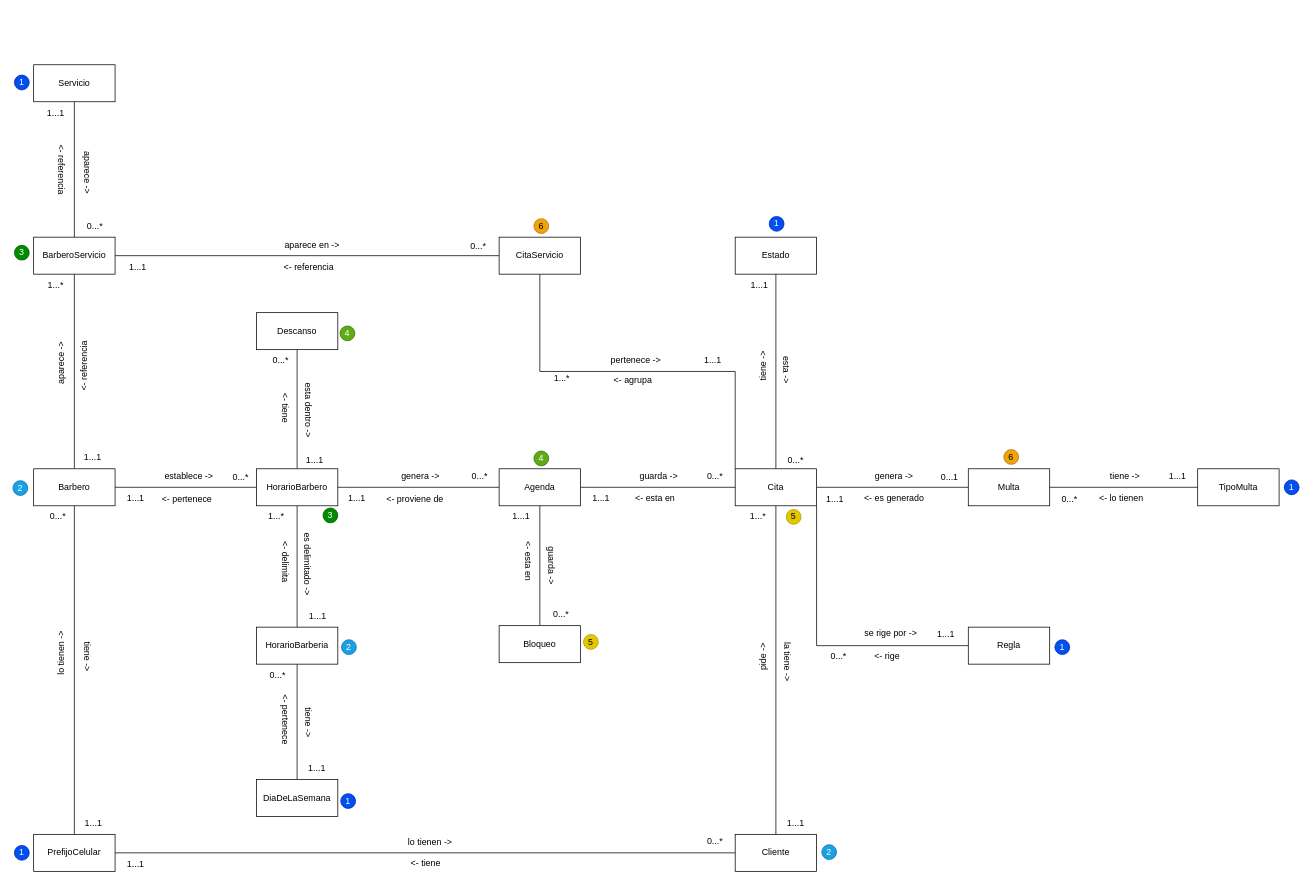
Before: Modelo de Dominio 2.drawio in Leandro-Gomez-12345/Proyecto-extra-clase-DOO, a draw.io diagram. Source tidied: cells renumbered, new cells numbered last; positions are measured from the earlier drawing's top-left corner, leaving out a move shared by most shapes. Both pictures are drawn from the tidied source at 74%, with x=0, y=0 at pixel (13, 64).
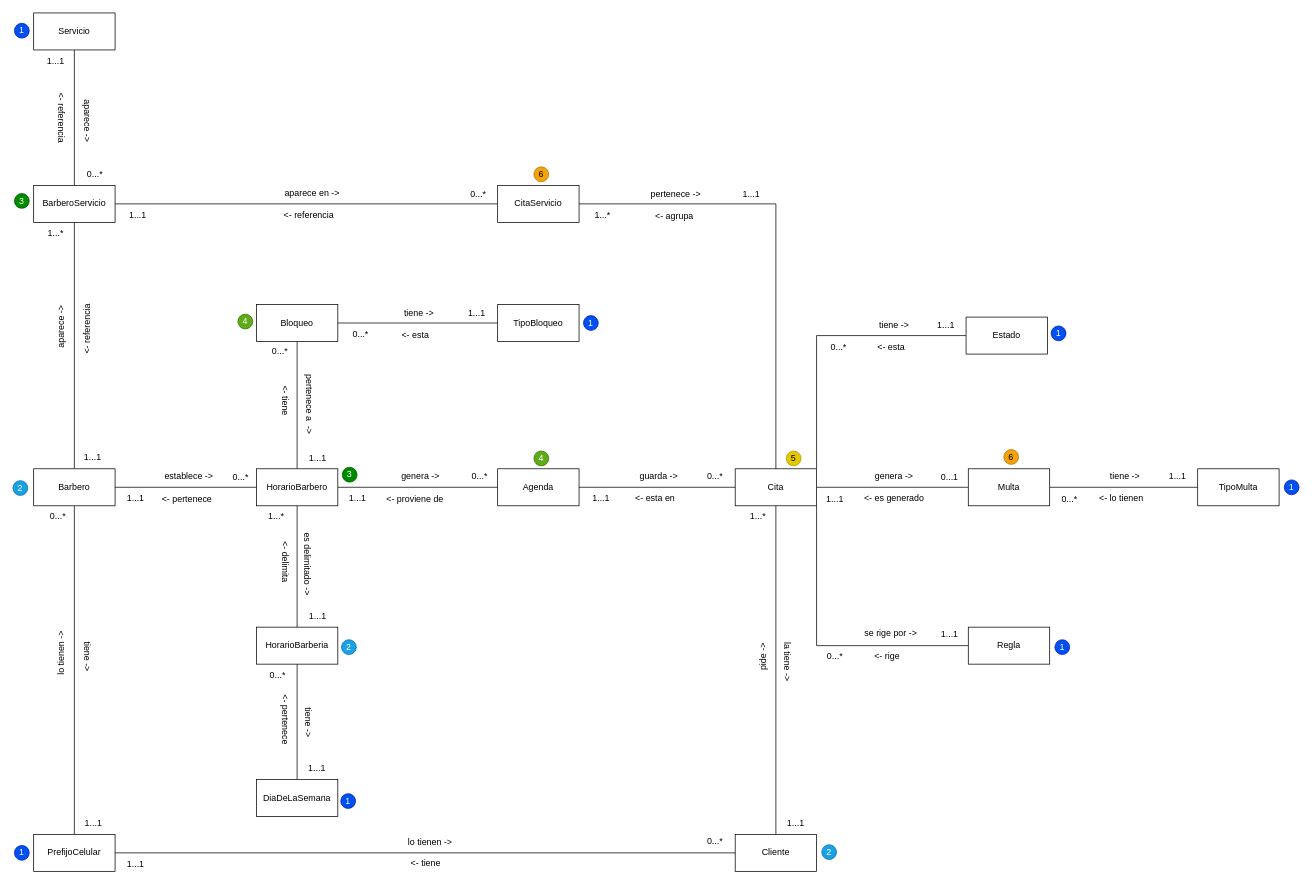
The same page after the edit.

Commit message:
Se definio que solo va a ver un bloqueo que tenga dos tipos, ocasional o fijo

Unchanged cells that the change refers to:
```xml
<mxCell id="8" value="Cita" style="rounded=0;whiteSpace=wrap;html=1;" parent="1" vertex="1">
  <mxGeometry x="976" y="546" width="110" height="50" as="geometry" />
</mxCell>
<mxCell id="22" value="HorarioBarbero" style="rounded=0;whiteSpace=wrap;html=1;" parent="1" vertex="1">
  <mxGeometry x="329" y="546" width="110" height="50" as="geometry" />
</mxCell>
<mxCell id="71" value="Regla" style="rounded=0;whiteSpace=wrap;html=1;" parent="1" vertex="1">
  <mxGeometry x="1291" y="760" width="110" height="50" as="geometry" />
</mxCell>
```

Change to the diagram source:
```diff
@@
+    <mxCell id="7" style="edgeStyle=orthogonalEdgeStyle;rounded=0;jettySize=auto;html=1;exitX=1;exitY=1;exitDx=0;exitDy=0;entryX=0;entryY=0.5;entryDx=0;entryDy=0;endArrow=none;endFill=0;" parent="1" edge="1" source="8" target="71">
+      <mxGeometry relative="1" as="geometry" />
+    </mxCell>
-    <mxCell id="5" style="edgeStyle=orthogonalEdgeStyle;rounded=0;jettySize=auto;html=1;entryX=0.5;entryY=1;entryDx=0;entryDy=0;endArrow=none;endFill=0;" parent="1" edge="1" source="8" target="24">
+    <mxCell id="5" style="edgeStyle=orthogonalEdgeStyle;rounded=0;jettySize=auto;html=1;exitX=1;exitY=0;exitDx=0;exitDy=0;entryX=0;entryY=0.5;entryDx=0;entryDy=0;endArrow=none;endFill=0;" parent="1" edge="1" source="8" target="24">
       <mxGeometry relative="1" as="geometry" />
     </mxCell>
-    <mxCell id="6" style="edgeStyle=orthogonalEdgeStyle;rounded=0;jettySize=auto;html=1;exitX=0;exitY=0;exitDx=0;exitDy=0;endArrow=none;endFill=0;" parent="1" edge="1" source="8" target="73">
-      <mxGeometry relative="1" as="geometry" />
-    </mxCell>
-    <mxCell id="7" style="edgeStyle=orthogonalEdgeStyle;rounded=0;jettySize=auto;html=1;exitX=1;exitY=1;exitDx=0;exitDy=0;entryX=0;entryY=0.5;entryDx=0;entryDy=0;endArrow=none;endFill=0;" parent="1" edge="1" source="8" target="71">
-      <mxGeometry relative="1" as="geometry" />
-    </mxCell>
@@
-    <mxCell id="10" style="edgeStyle=orthogonalEdgeStyle;rounded=0;jettySize=auto;html=1;endArrow=none;endFill=0;" parent="1" edge="1" source="11" target="114">
-      <mxGeometry relative="1" as="geometry" />
-    </mxCell>
     <mxCell id="11" value="Agenda" style="rounded=0;whiteSpace=wrap;html=1;" parent="1" vertex="1">
-      <mxGeometry x="657" y="546" width="110" height="50" as="geometry" />
+      <mxGeometry x="655" y="546" width="110" height="50" as="geometry" />
     </mxCell>
@@
-    <mxCell id="21" style="edgeStyle=orthogonalEdgeStyle;rounded=0;jettySize=auto;html=1;entryX=0.5;entryY=1;entryDx=0;entryDy=0;endArrow=none;endFill=0;" parent="1" edge="1" source="22" target="120">
-      <mxGeometry relative="1" as="geometry" />
-    </mxCell>
+    <mxCell id="126" style="edgeStyle=orthogonalEdgeStyle;rounded=0;jettySize=auto;html=1;entryX=0.5;entryY=1;entryDx=0;entryDy=0;endArrow=none;endFill=0;" parent="1" edge="1" source="22" target="114">
+      <mxGeometry relative="1" as="geometry" />
+    </mxCell>
@@
     <mxCell id="24" value="Estado" style="rounded=0;whiteSpace=wrap;html=1;" parent="1" vertex="1">
-      <mxGeometry x="976" y="233" width="110" height="50" as="geometry" />
+      <mxGeometry x="1288" y="341" width="110" height="50" as="geometry" />
     </mxCell>
-    <mxCell id="25" value="esta -&amp;gt;" style="text;html=1;whiteSpace=wrap;strokeColor=none;fillColor=none;align=center;verticalAlign=middle;rounded=0;rotation=90;" parent="1" vertex="1">
-      <mxGeometry x="1014.5" y="397" width="60" height="30" as="geometry" />
-    </mxCell>
@@
     <mxCell id="33" value="1...1" style="text;html=1;whiteSpace=wrap;strokeColor=none;fillColor=none;align=center;verticalAlign=middle;rounded=0;" parent="1" vertex="1">
-      <mxGeometry x="435" y="571" width="60" height="30" as="geometry" />
+      <mxGeometry x="436" y="571" width="60" height="30" as="geometry" />
     </mxCell>
@@
     <mxCell id="40" value="BarberoServicio" style="rounded=0;whiteSpace=wrap;html=1;" parent="1" vertex="1">
-      <mxGeometry x="28" y="233" width="110" height="50" as="geometry" />
+      <mxGeometry x="28" y="163" width="110" height="50" as="geometry" />
     </mxCell>
     <mxCell id="41" value="1...1" style="text;html=1;whiteSpace=wrap;strokeColor=none;fillColor=none;align=center;verticalAlign=middle;rounded=0;" parent="1" vertex="1">
-      <mxGeometry x="979" y="283" width="60" height="30" as="geometry" />
+      <mxGeometry x="1231" y="337" width="60" height="30" as="geometry" />
     </mxCell>
     <mxCell id="42" value="0...*" style="text;html=1;whiteSpace=wrap;strokeColor=none;fillColor=none;align=center;verticalAlign=middle;rounded=0;" parent="1" vertex="1">
-      <mxGeometry x="1028" y="519" width="60" height="30" as="geometry" />
+      <mxGeometry x="1086" y="367" width="60" height="30" as="geometry" />
     </mxCell>
     <mxCell id="43" value="Servicio" style="rounded=0;whiteSpace=wrap;html=1;" parent="1" vertex="1">
-      <mxGeometry x="28" width="110" height="50" as="geometry" />
+      <mxGeometry x="28" y="-70" width="110" height="50" as="geometry" />
     </mxCell>
     <mxCell id="44" value="aparece -&amp;gt;" style="text;html=1;whiteSpace=wrap;strokeColor=none;fillColor=none;align=center;verticalAlign=middle;rounded=0;rotation=-90;" parent="1" vertex="1">
-      <mxGeometry x="36" y="388" width="60" height="30" as="geometry" />
+      <mxGeometry x="36" y="339" width="60" height="30" as="geometry" />
     </mxCell>
     <mxCell id="45" value="0...*" style="text;html=1;whiteSpace=wrap;strokeColor=none;fillColor=none;align=center;verticalAlign=middle;rounded=0;" parent="1" vertex="1">
-      <mxGeometry x="81" y="203" width="60" height="30" as="geometry" />
+      <mxGeometry x="81" y="133" width="60" height="30" as="geometry" />
     </mxCell>
     <mxCell id="46" value="&amp;lt;- referencia" style="text;html=1;whiteSpace=wrap;strokeColor=none;fillColor=none;align=center;verticalAlign=middle;rounded=0;rotation=-90;" parent="1" vertex="1">
-      <mxGeometry x="59" y="392" width="74" height="30" as="geometry" />
+      <mxGeometry x="63" y="342" width="74" height="30" as="geometry" />
     </mxCell>
@@
     <mxCell id="48" value="aparece -&amp;gt;" style="text;html=1;whiteSpace=wrap;strokeColor=none;fillColor=none;align=center;verticalAlign=middle;rounded=0;rotation=90;" parent="1" vertex="1">
-      <mxGeometry x="70" y="131" width="60" height="30" as="geometry" />
+      <mxGeometry x="70" y="61" width="60" height="30" as="geometry" />
     </mxCell>
     <mxCell id="49" value="&amp;lt;- referencia" style="text;html=1;whiteSpace=wrap;strokeColor=none;fillColor=none;align=center;verticalAlign=middle;rounded=0;rotation=90;" parent="1" vertex="1">
-      <mxGeometry x="29" y="127" width="74" height="30" as="geometry" />
+      <mxGeometry x="29" y="57" width="74" height="30" as="geometry" />
     </mxCell>
     <mxCell id="50" value="1...1" style="text;html=1;whiteSpace=wrap;strokeColor=none;fillColor=none;align=center;verticalAlign=middle;rounded=0;" parent="1" vertex="1">
-      <mxGeometry x="28" y="51" width="60" height="30" as="geometry" />
+      <mxGeometry x="28" y="-19" width="60" height="30" as="geometry" />
     </mxCell>
     <mxCell id="51" value="1...*" style="text;html=1;whiteSpace=wrap;strokeColor=none;fillColor=none;align=center;verticalAlign=middle;rounded=0;" parent="1" vertex="1">
-      <mxGeometry x="28" y="283" width="60" height="30" as="geometry" />
+      <mxGeometry x="28" y="213" width="60" height="30" as="geometry" />
     </mxCell>
@@
-    <mxCell id="56" value="tiene -&amp;gt;" style="text;html=1;whiteSpace=wrap;strokeColor=none;fillColor=none;align=center;verticalAlign=middle;rounded=0;rotation=-90;" parent="1" vertex="1">
-      <mxGeometry x="984" y="392" width="60" height="30" as="geometry" />
+    <mxCell id="56" value="tiene -&amp;gt;" style="text;html=1;whiteSpace=wrap;strokeColor=none;fillColor=none;align=center;verticalAlign=middle;rounded=0;rotation=0;" parent="1" vertex="1">
+      <mxGeometry x="1161" y="337" width="60" height="30" as="geometry" />
     </mxCell>
@@
+    <mxCell id="127" style="edgeStyle=orthogonalEdgeStyle;rounded=0;jettySize=auto;html=1;entryX=0.5;entryY=0;entryDx=0;entryDy=0;endArrow=none;endFill=0;" parent="1" edge="1" source="73" target="8">
+      <mxGeometry relative="1" as="geometry" />
+    </mxCell>
     <mxCell id="73" value="CitaServicio" style="rounded=0;whiteSpace=wrap;html=1;" parent="1" vertex="1">
-      <mxGeometry x="657" y="233" width="110" height="50" as="geometry" />
+      <mxGeometry x="655" y="163" width="110" height="50" as="geometry" />
     </mxCell>
     <mxCell id="74" value="pertenece -&amp;gt;" style="text;html=1;whiteSpace=wrap;strokeColor=none;fillColor=none;align=center;verticalAlign=middle;rounded=0;rotation=0;" parent="1" vertex="1">
-      <mxGeometry x="807" y="384" width="70" height="30" as="geometry" />
+      <mxGeometry x="861" y="160" width="70" height="30" as="geometry" />
     </mxCell>
     <mxCell id="75" value="1...1" style="text;html=1;whiteSpace=wrap;strokeColor=none;fillColor=none;align=center;verticalAlign=middle;rounded=0;" parent="1" vertex="1">
-      <mxGeometry x="916" y="384" width="60" height="30" as="geometry" />
+      <mxGeometry x="968" y="160" width="60" height="30" as="geometry" />
     </mxCell>
     <mxCell id="76" value="&amp;lt;- agrupa" style="text;html=1;whiteSpace=wrap;strokeColor=none;fillColor=none;align=center;verticalAlign=middle;rounded=0;rotation=0;" parent="1" vertex="1">
-      <mxGeometry x="801" y="412" width="74" height="30" as="geometry" />
+      <mxGeometry x="857" y="190" width="74" height="30" as="geometry" />
     </mxCell>
     <mxCell id="77" value="1...*" style="text;html=1;whiteSpace=wrap;strokeColor=none;fillColor=none;align=center;verticalAlign=middle;rounded=0;" parent="1" vertex="1">
-      <mxGeometry x="712" y="409" width="60" height="30" as="geometry" />
+      <mxGeometry x="767" y="189" width="60" height="30" as="geometry" />
     </mxCell>
@@
     <mxCell id="86" value="aparece en -&amp;gt;" style="text;html=1;whiteSpace=wrap;strokeColor=none;fillColor=none;align=center;verticalAlign=middle;rounded=0;rotation=0;" parent="1" vertex="1">
-      <mxGeometry x="362" y="229" width="85" height="30" as="geometry" />
+      <mxGeometry x="362" y="159" width="85" height="30" as="geometry" />
     </mxCell>
     <mxCell id="87" value="0...*" style="text;html=1;whiteSpace=wrap;strokeColor=none;fillColor=none;align=center;verticalAlign=middle;rounded=0;" parent="1" vertex="1">
-      <mxGeometry x="599" y="230" width="60" height="30" as="geometry" />
+      <mxGeometry x="599" y="160" width="60" height="30" as="geometry" />
     </mxCell>
     <mxCell id="88" value="&amp;lt;- referencia" style="text;html=1;whiteSpace=wrap;strokeColor=none;fillColor=none;align=center;verticalAlign=middle;rounded=0;rotation=0;" parent="1" vertex="1">
-      <mxGeometry x="363" y="259" width="74" height="30" as="geometry" />
+      <mxGeometry x="363" y="189" width="74" height="30" as="geometry" />
     </mxCell>
     <mxCell id="89" value="1...1" style="text;html=1;whiteSpace=wrap;strokeColor=none;fillColor=none;align=center;verticalAlign=middle;rounded=0;" parent="1" vertex="1">
-      <mxGeometry x="139" y="259" width="60" height="30" as="geometry" />
+      <mxGeometry x="139" y="189" width="60" height="30" as="geometry" />
     </mxCell>
@@
     <mxCell id="91" value="1" style="ellipse;whiteSpace=wrap;html=1;fillColor=#0050ef;fontColor=#ffffff;strokeColor=#001DBC;" parent="1" vertex="1">
-      <mxGeometry x="1022" y="205" width="20" height="20" as="geometry" />
+      <mxGeometry x="1403" y="353" width="20" height="20" as="geometry" />
     </mxCell>
     <mxCell id="92" value="1" style="ellipse;whiteSpace=wrap;html=1;fillColor=#0050ef;fontColor=#ffffff;strokeColor=#001DBC;" parent="1" vertex="1">
-      <mxGeometry x="2" y="14" width="20" height="20" as="geometry" />
+      <mxGeometry x="2" y="-56" width="20" height="20" as="geometry" />
     </mxCell>
@@
     <mxCell id="98" value="3" style="ellipse;whiteSpace=wrap;html=1;fillColor=#008a00;fontColor=#ffffff;strokeColor=#005700;" parent="1" vertex="1">
-      <mxGeometry x="419" y="599" width="20" height="20" as="geometry" />
+      <mxGeometry x="445" y="544" width="20" height="20" as="geometry" />
     </mxCell>
     <mxCell id="99" value="3" style="ellipse;whiteSpace=wrap;html=1;fillColor=#008a00;fontColor=#ffffff;strokeColor=#005700;" parent="1" vertex="1">
-      <mxGeometry x="2" y="244" width="20" height="20" as="geometry" />
+      <mxGeometry x="2" y="174" width="20" height="20" as="geometry" />
     </mxCell>
@@
     <mxCell id="101" value="1...1" style="text;html=1;whiteSpace=wrap;strokeColor=none;fillColor=none;align=center;verticalAlign=middle;rounded=0;" parent="1" vertex="1">
-      <mxGeometry x="1231" y="755" width="60" height="30" as="geometry" />
+      <mxGeometry x="1236" y="755" width="60" height="30" as="geometry" />
     </mxCell>
@@
     <mxCell id="103" value="0...*" style="text;html=1;whiteSpace=wrap;strokeColor=none;fillColor=none;align=center;verticalAlign=middle;rounded=0;" parent="1" vertex="1">
-      <mxGeometry x="1086" y="784" width="60" height="30" as="geometry" />
+      <mxGeometry x="1081" y="784" width="60" height="30" as="geometry" />
     </mxCell>
@@
     <mxCell id="111" value="5" style="ellipse;whiteSpace=wrap;html=1;fillColor=#e3c800;fontColor=#000000;strokeColor=#B09500;" parent="1" vertex="1">
-      <mxGeometry x="1045" y="601" width="20" height="20" as="geometry" />
+      <mxGeometry x="1045" y="522" width="20" height="20" as="geometry" />
     </mxCell>
@@
     <mxCell id="113" value="6" style="ellipse;whiteSpace=wrap;html=1;fillColor=#f0a30a;fontColor=#000000;strokeColor=#BD7000;" parent="1" vertex="1">
-      <mxGeometry x="704" y="208" width="20" height="20" as="geometry" />
+      <mxGeometry x="704" y="138" width="20" height="20" as="geometry" />
     </mxCell>
+    <mxCell id="128" style="edgeStyle=orthogonalEdgeStyle;rounded=0;jettySize=auto;html=1;endArrow=none;endFill=0;" parent="1" edge="1" source="114" target="133">
+      <mxGeometry relative="1" as="geometry" />
+    </mxCell>
     <mxCell id="114" value="Bloqueo" style="rounded=0;whiteSpace=wrap;html=1;" parent="1" vertex="1">
-      <mxGeometry x="657" y="758" width="110" height="50" as="geometry" />
+      <mxGeometry x="329" y="324" width="110" height="50" as="geometry" />
     </mxCell>
-    <mxCell id="115" value="guarda -&amp;gt;" style="text;html=1;whiteSpace=wrap;strokeColor=none;fillColor=none;align=center;verticalAlign=middle;rounded=0;rotation=90;" parent="1" vertex="1">
-      <mxGeometry x="682" y="662" width="90" height="30" as="geometry" />
-    </mxCell>
-    <mxCell id="116" value="0...*" style="text;html=1;whiteSpace=wrap;strokeColor=none;fillColor=none;align=center;verticalAlign=middle;rounded=0;" parent="1" vertex="1">
-      <mxGeometry x="711" y="728" width="60" height="30" as="geometry" />
-    </mxCell>
-    <mxCell id="117" value="&amp;lt;- esta en" style="text;html=1;whiteSpace=wrap;strokeColor=none;fillColor=none;align=center;verticalAlign=middle;rounded=0;rotation=90;" parent="1" vertex="1">
-      <mxGeometry x="659" y="656" width="74" height="30" as="geometry" />
-    </mxCell>
-    <mxCell id="118" value="1...1" style="text;html=1;whiteSpace=wrap;strokeColor=none;fillColor=none;align=center;verticalAlign=middle;rounded=0;" parent="1" vertex="1">
-      <mxGeometry x="657" y="596" width="60" height="30" as="geometry" />
-    </mxCell>
-    <mxCell id="119" value="5" style="ellipse;whiteSpace=wrap;html=1;fillColor=#e3c800;fontColor=#000000;strokeColor=#B09500;" parent="1" vertex="1">
-      <mxGeometry x="771" y="770" width="20" height="20" as="geometry" />
-    </mxCell>
-    <mxCell id="120" value="Descanso" style="rounded=0;whiteSpace=wrap;html=1;" parent="1" vertex="1">
-      <mxGeometry x="329" y="335" width="110" height="50" as="geometry" />
-    </mxCell>
+    <mxCell id="125" value="4" style="ellipse;whiteSpace=wrap;html=1;fillColor=#60a917;fontColor=#ffffff;strokeColor=#2D7600;" parent="1" vertex="1">
+      <mxGeometry x="304" y="337" width="20" height="20" as="geometry" />
+    </mxCell>
+    <mxCell id="129" value="pertenece a&amp;nbsp; -&amp;gt;" style="text;html=1;whiteSpace=wrap;strokeColor=none;fillColor=none;align=center;verticalAlign=middle;rounded=0;rotation=90;" parent="1" vertex="1">
+      <mxGeometry x="355" y="444" width="90" height="30" as="geometry" />
+    </mxCell>
+    <mxCell id="130" value="1...1" style="text;html=1;whiteSpace=wrap;strokeColor=none;fillColor=none;align=center;verticalAlign=middle;rounded=0;" parent="1" vertex="1">
+      <mxGeometry x="382" y="517" width="60" height="30" as="geometry" />
+    </mxCell>
     <mxCell id="121" value="&amp;lt;- tiene" style="text;html=1;whiteSpace=wrap;strokeColor=none;fillColor=none;align=center;verticalAlign=middle;rounded=0;rotation=90;" parent="1" vertex="1">
-      <mxGeometry x="331" y="449" width="74" height="30" as="geometry" />
+      <mxGeometry x="331" y="439" width="74" height="30" as="geometry" />
     </mxCell>
-    <mxCell id="122" value="0...*" style="text;html=1;whiteSpace=wrap;strokeColor=none;fillColor=none;align=center;verticalAlign=middle;rounded=0;" parent="1" vertex="1">
-      <mxGeometry x="332" y="384" width="60" height="30" as="geometry" />
-    </mxCell>
-    <mxCell id="123" value="esta dentro -&amp;gt;" style="text;html=1;whiteSpace=wrap;strokeColor=none;fillColor=none;align=center;verticalAlign=middle;rounded=0;rotation=90;" parent="1" vertex="1">
-      <mxGeometry x="354" y="452" width="90" height="30" as="geometry" />
-    </mxCell>
-    <mxCell id="124" value="1...1" style="text;html=1;whiteSpace=wrap;strokeColor=none;fillColor=none;align=center;verticalAlign=middle;rounded=0;" parent="1" vertex="1">
-      <mxGeometry x="378" y="519" width="60" height="30" as="geometry" />
-    </mxCell>
-    <mxCell id="125" value="4" style="ellipse;whiteSpace=wrap;html=1;fillColor=#60a917;fontColor=#ffffff;strokeColor=#2D7600;" parent="1" vertex="1">
-      <mxGeometry x="442" y="353" width="20" height="20" as="geometry" />
-    </mxCell>
+    <mxCell id="131" value="0...*" style="text;html=1;whiteSpace=wrap;strokeColor=none;fillColor=none;align=center;verticalAlign=middle;rounded=0;" parent="1" vertex="1">
+      <mxGeometry x="331" y="372" width="60" height="30" as="geometry" />
+    </mxCell>
+    <mxCell id="132" value="&amp;lt;- esta" style="text;html=1;whiteSpace=wrap;strokeColor=none;fillColor=none;align=center;verticalAlign=middle;rounded=0;rotation=0;" parent="1" vertex="1">
+      <mxGeometry x="1156.5" y="367" width="60" height="30" as="geometry" />
+    </mxCell>
+    <mxCell id="133" value="TipoBloqueo" style="rounded=0;whiteSpace=wrap;html=1;" parent="1" vertex="1">
+      <mxGeometry x="655" y="324" width="110" height="50" as="geometry" />
+    </mxCell>
+    <mxCell id="134" value="1" style="ellipse;whiteSpace=wrap;html=1;fillColor=#0050ef;fontColor=#ffffff;strokeColor=#001DBC;" parent="1" vertex="1">
+      <mxGeometry x="771" y="339" width="20" height="20" as="geometry" />
+    </mxCell>
+    <mxCell id="135" value="tiene -&amp;gt;" style="text;html=1;whiteSpace=wrap;strokeColor=none;fillColor=none;align=center;verticalAlign=middle;rounded=0;rotation=0;" parent="1" vertex="1">
+      <mxGeometry x="519" y="321" width="60" height="30" as="geometry" />
+    </mxCell>
+    <mxCell id="136" value="1...1" style="text;html=1;whiteSpace=wrap;strokeColor=none;fillColor=none;align=center;verticalAlign=middle;rounded=0;" parent="1" vertex="1">
+      <mxGeometry x="597" y="321" width="60" height="30" as="geometry" />
+    </mxCell>
+    <mxCell id="137" value="&amp;lt;- esta" style="text;html=1;whiteSpace=wrap;strokeColor=none;fillColor=none;align=center;verticalAlign=middle;rounded=0;rotation=0;" parent="1" vertex="1">
+      <mxGeometry x="513.5" y="351" width="60" height="30" as="geometry" />
+    </mxCell>
+    <mxCell id="138" value="0...*" style="text;html=1;whiteSpace=wrap;strokeColor=none;fillColor=none;align=center;verticalAlign=middle;rounded=0;" parent="1" vertex="1">
+      <mxGeometry x="440" y="349" width="60" height="30" as="geometry" />
+    </mxCell>
```
